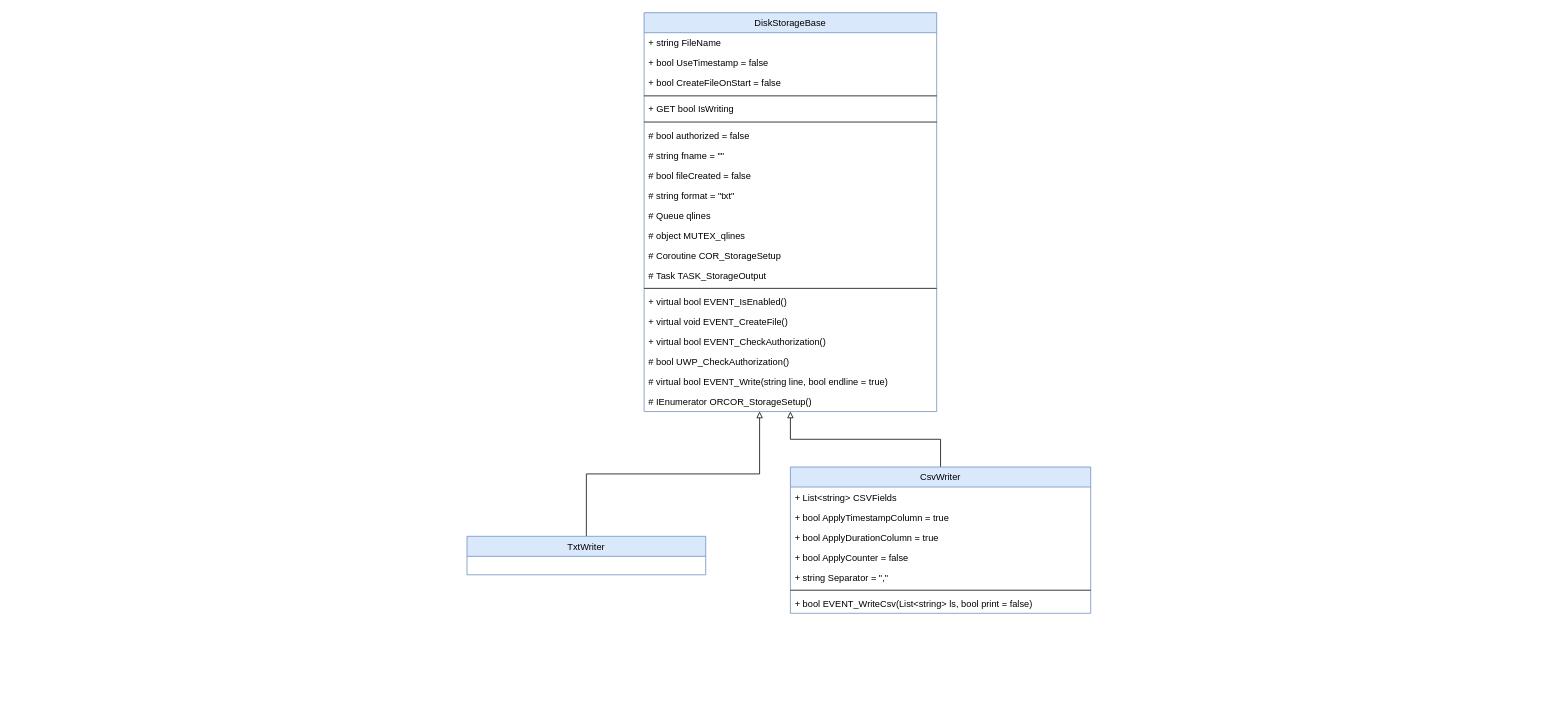
This is Assets/Scripts/_Packages/DiskStorageServices/_docs/diagrams_drawio/DiskStorageServices.drawio from programmatoroSeduto/SaR4HoloLens2, a draw.io file, before an edit. Source tidied: cells renumbered, new cells numbered last; positions are measured from the earlier drawing's top-left corner, leaving out a move shared by most shapes. Both pictures are drawn from the tidied source at 77%, with x=0, y=0 at pixel (467, 12).
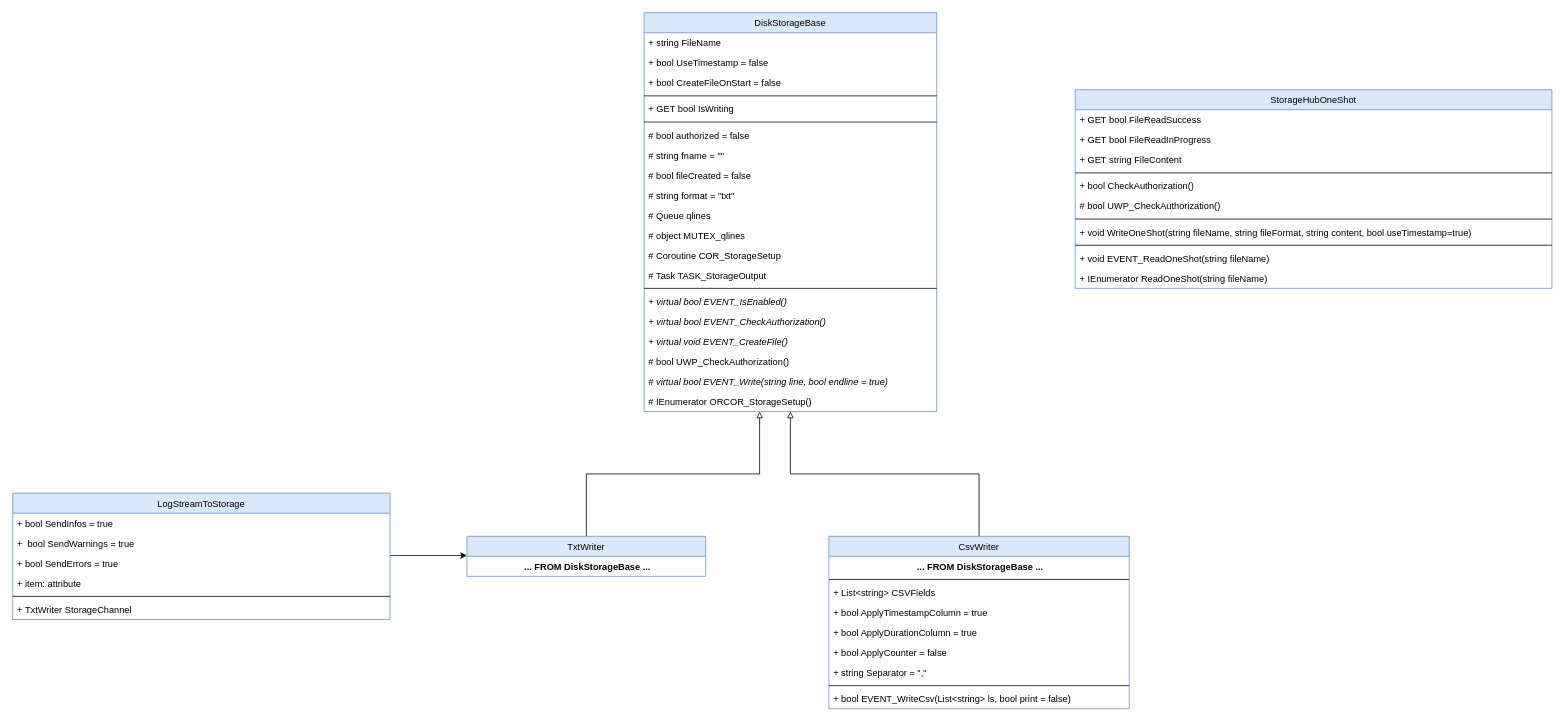
After the change.

The change refers to these unchanged cells:
```xml
<mxCell id="2" value="DiskStorageBase" style="swimlane;fontStyle=0;horizontal=1;startSize=26;fillColor=#dae8fc;strokeColor=#6c8ebf;" parent="1" vertex="1">
  <mxGeometry x="230" width="380" height="518" as="geometry" />
</mxCell>
```

What changed in the source:
```diff
@@
-    <mxCell id="18" value="+ virtual bool EVENT_IsEnabled()" style="text;strokeColor=none;fillColor=none;align=left;verticalAlign=top;spacingLeft=4;spacingRight=4;overflow=hidden;" parent="2" vertex="1">
+    <mxCell id="18" value="+ virtual bool EVENT_IsEnabled()" style="text;strokeColor=none;fillColor=none;align=left;verticalAlign=top;spacingLeft=4;spacingRight=4;overflow=hidden;fontStyle=2;" parent="2" vertex="1">
       <mxGeometry y="362" width="380" height="26" as="geometry" />
     </mxCell>
+    <mxCell id="20" value="+ virtual bool EVENT_CheckAuthorization()" style="text;strokeColor=none;fillColor=none;align=left;verticalAlign=top;spacingLeft=4;spacingRight=4;overflow=hidden;fontStyle=2;" parent="2" vertex="1">
+      <mxGeometry y="388" width="380" height="26" as="geometry" />
+    </mxCell>
-    <mxCell id="19" value="+ virtual void EVENT_CreateFile()" style="text;strokeColor=none;fillColor=none;align=left;verticalAlign=top;spacingLeft=4;spacingRight=4;overflow=hidden;" parent="2" vertex="1">
-      <mxGeometry y="388" width="380" height="26" as="geometry" />
+    <mxCell id="19" value="+ virtual void EVENT_CreateFile()" style="text;strokeColor=none;fillColor=none;align=left;verticalAlign=top;spacingLeft=4;spacingRight=4;overflow=hidden;fontStyle=2;" parent="2" vertex="1">
+      <mxGeometry y="414" width="380" height="26" as="geometry" />
     </mxCell>
-    <mxCell id="20" value="+ virtual bool EVENT_CheckAuthorization()" style="text;strokeColor=none;fillColor=none;align=left;verticalAlign=top;spacingLeft=4;spacingRight=4;overflow=hidden;" parent="2" vertex="1">
-      <mxGeometry y="414" width="380" height="26" as="geometry" />
-    </mxCell>
@@
-    <mxCell id="22" value="# virtual bool EVENT_Write(string line, bool endline = true)" style="text;strokeColor=none;fillColor=none;align=left;verticalAlign=top;spacingLeft=4;spacingRight=4;overflow=hidden;" parent="2" vertex="1">
+    <mxCell id="22" value="# virtual bool EVENT_Write(string line, bool endline = true)" style="text;strokeColor=none;fillColor=none;align=left;verticalAlign=top;spacingLeft=4;spacingRight=4;overflow=hidden;fontStyle=2;" parent="2" vertex="1">
       <mxGeometry y="466" width="380" height="26" as="geometry" />
     </mxCell>
@@
-    <mxCell id="24" style="edgeStyle=orthogonalEdgeStyle;rounded=0;jettySize=auto;html=1;strokeColor=default;endArrow=block;endFill=0;" parent="1" edge="1" source="25" target="2">
+    <mxCell id="24" style="edgeStyle=orthogonalEdgeStyle;jettySize=auto;html=1;strokeColor=default;endArrow=block;endFill=0;strokeWidth=1;rounded=0;" parent="1" edge="1" source="25" target="2">
       <mxGeometry relative="1" as="geometry">
         <Array as="points">
           <mxPoint x="155" y="599" />
           <mxPoint x="380" y="599" />
         </Array>
       </mxGeometry>
     </mxCell>
     <mxCell id="25" value="TxtWriter" style="swimlane;fontStyle=0;horizontal=1;startSize=26;fillColor=#dae8fc;strokeColor=#6c8ebf;" parent="1" vertex="1">
-      <mxGeometry y="680" width="310" height="50" as="geometry" />
+      <mxGeometry y="680" width="310" height="52" as="geometry" />
     </mxCell>
+    <mxCell id="35" value=" ... FROM DiskStorageBase ..." style="text;align=center;fontStyle=1;verticalAlign=middle;spacingLeft=3;spacingRight=3;strokeColor=none;" parent="25" vertex="1">
+      <mxGeometry y="26" width="310" height="26" as="geometry" />
+    </mxCell>
@@
     <mxCell id="27" value="CsvWriter" style="swimlane;fontStyle=0;horizontal=1;startSize=26;fillColor=#dae8fc;strokeColor=#6c8ebf;" parent="1" vertex="1">
-      <mxGeometry x="420" y="590" width="390" height="190" as="geometry" />
+      <mxGeometry x="470" y="680" width="390" height="224" as="geometry" />
     </mxCell>
+    <mxCell id="36" value=" ... FROM DiskStorageBase ..." style="text;align=center;fontStyle=1;verticalAlign=middle;spacingLeft=3;spacingRight=3;strokeColor=none;" parent="27" vertex="1">
+      <mxGeometry y="26" width="390" height="26" as="geometry" />
+    </mxCell>
+    <mxCell id="37" style="line;strokeWidth=1;fillColor=none;align=left;verticalAlign=middle;spacingTop=-1;spacingLeft=3;spacingRight=3;labelPosition=right;" parent="27" vertex="1">
+      <mxGeometry y="52" width="390" height="8" as="geometry" />
+    </mxCell>
     <mxCell id="28" value="+ List&lt;string&gt; CSVFields" style="text;strokeColor=none;fillColor=none;align=left;verticalAlign=top;spacingLeft=4;spacingRight=4;overflow=hidden;" parent="27" vertex="1">
-      <mxGeometry y="26" width="390" height="26" as="geometry" />
+      <mxGeometry y="60" width="390" height="26" as="geometry" />
     </mxCell>
     <mxCell id="29" value="+ bool ApplyTimestampColumn = true" style="text;strokeColor=none;fillColor=none;align=left;verticalAlign=top;spacingLeft=4;spacingRight=4;overflow=hidden;" parent="27" vertex="1">
-      <mxGeometry y="52" width="390" height="26" as="geometry" />
+      <mxGeometry y="86" width="390" height="26" as="geometry" />
     </mxCell>
     <mxCell id="30" value="+ bool ApplyDurationColumn = true" style="text;strokeColor=none;fillColor=none;align=left;verticalAlign=top;spacingLeft=4;spacingRight=4;overflow=hidden;" parent="27" vertex="1">
-      <mxGeometry y="78" width="390" height="26" as="geometry" />
+      <mxGeometry y="112" width="390" height="26" as="geometry" />
     </mxCell>
     <mxCell id="31" value="+ bool ApplyCounter = false" style="text;strokeColor=none;fillColor=none;align=left;verticalAlign=top;spacingLeft=4;spacingRight=4;overflow=hidden;" parent="27" vertex="1">
-      <mxGeometry y="104" width="390" height="26" as="geometry" />
+      <mxGeometry y="138" width="390" height="26" as="geometry" />
     </mxCell>
     <mxCell id="32" value="+ string Separator = &quot;,&quot;" style="text;strokeColor=none;fillColor=none;align=left;verticalAlign=top;spacingLeft=4;spacingRight=4;overflow=hidden;" parent="27" vertex="1">
-      <mxGeometry y="130" width="390" height="26" as="geometry" />
+      <mxGeometry y="164" width="390" height="26" as="geometry" />
     </mxCell>
     <mxCell id="33" style="line;strokeWidth=1;fillColor=none;align=left;verticalAlign=middle;spacingTop=-1;spacingLeft=3;spacingRight=3;labelPosition=right;" parent="27" vertex="1">
-      <mxGeometry y="156" width="390" height="8" as="geometry" />
+      <mxGeometry y="190" width="390" height="8" as="geometry" />
     </mxCell>
     <mxCell id="34" value="+ bool EVENT_WriteCsv(List&lt;string&gt; ls, bool print = false)" style="text;strokeColor=none;fillColor=none;align=left;verticalAlign=top;spacingLeft=4;spacingRight=4;overflow=hidden;" parent="27" vertex="1">
-      <mxGeometry y="164" width="390" height="26" as="geometry" />
+      <mxGeometry y="198" width="390" height="26" as="geometry" />
     </mxCell>
+    <mxCell id="38" value="StorageHubOneShot" style="swimlane;fontStyle=0;horizontal=1;startSize=26;fillColor=#dae8fc;strokeColor=#6c8ebf;" parent="1" vertex="1">
+      <mxGeometry x="790" y="100" width="619" height="258" as="geometry" />
+    </mxCell>
+    <mxCell id="39" value="+ GET bool FileReadSuccess" style="text;strokeColor=none;fillColor=none;align=left;verticalAlign=top;spacingLeft=4;spacingRight=4;overflow=hidden;" parent="38" vertex="1">
+      <mxGeometry y="26" width="619" height="26" as="geometry" />
+    </mxCell>
+    <mxCell id="40" value="+ GET bool FileReadInProgress" style="text;strokeColor=none;fillColor=none;align=left;verticalAlign=top;spacingLeft=4;spacingRight=4;overflow=hidden;" parent="38" vertex="1">
+      <mxGeometry y="52" width="619" height="26" as="geometry" />
+    </mxCell>
+    <mxCell id="41" value="+ GET string FileContent" style="text;strokeColor=none;fillColor=none;align=left;verticalAlign=top;spacingLeft=4;spacingRight=4;overflow=hidden;" parent="38" vertex="1">
+      <mxGeometry y="78" width="619" height="26" as="geometry" />
+    </mxCell>
+    <mxCell id="42" style="line;strokeWidth=1;fillColor=none;align=left;verticalAlign=middle;spacingTop=-1;spacingLeft=3;spacingRight=3;labelPosition=right;" parent="38" vertex="1">
+      <mxGeometry y="104" width="619" height="8" as="geometry" />
+    </mxCell>
+    <mxCell id="43" value="+ bool CheckAuthorization()" style="text;strokeColor=none;fillColor=none;align=left;verticalAlign=top;spacingLeft=4;spacingRight=4;overflow=hidden;" parent="38" vertex="1">
+      <mxGeometry y="112" width="619" height="26" as="geometry" />
+    </mxCell>
+    <mxCell id="44" value="# bool UWP_CheckAuthorization()" style="text;strokeColor=none;fillColor=none;align=left;verticalAlign=top;spacingLeft=4;spacingRight=4;overflow=hidden;" parent="38" vertex="1">
+      <mxGeometry y="138" width="619" height="26" as="geometry" />
+    </mxCell>
+    <mxCell id="45" style="line;strokeWidth=1;fillColor=none;align=left;verticalAlign=middle;spacingTop=-1;spacingLeft=3;spacingRight=3;labelPosition=right;" parent="38" vertex="1">
+      <mxGeometry y="164" width="619" height="8" as="geometry" />
+    </mxCell>
+    <mxCell id="46" value="+ void WriteOneShot(string fileName, string fileFormat, string content, bool useTimestamp=true)" style="text;strokeColor=none;fillColor=none;align=left;verticalAlign=top;spacingLeft=4;spacingRight=4;overflow=hidden;" parent="38" vertex="1">
+      <mxGeometry y="172" width="619" height="26" as="geometry" />
+    </mxCell>
+    <mxCell id="47" style="line;strokeWidth=1;fillColor=none;align=left;verticalAlign=middle;spacingTop=-1;spacingLeft=3;spacingRight=3;labelPosition=right;" parent="38" vertex="1">
+      <mxGeometry y="198" width="619" height="8" as="geometry" />
+    </mxCell>
+    <mxCell id="48" value="+ void EVENT_ReadOneShot(string fileName)" style="text;strokeColor=none;fillColor=none;align=left;verticalAlign=top;spacingLeft=4;spacingRight=4;overflow=hidden;" parent="38" vertex="1">
+      <mxGeometry y="206" width="619" height="26" as="geometry" />
+    </mxCell>
+    <mxCell id="49" value="+ IEnumerator ReadOneShot(string fileName)" style="text;strokeColor=none;fillColor=none;align=left;verticalAlign=top;spacingLeft=4;spacingRight=4;overflow=hidden;" parent="38" vertex="1">
+      <mxGeometry y="232" width="619" height="26" as="geometry" />
+    </mxCell>
+    <mxCell id="50" style="edgeStyle=orthogonalEdgeStyle;rounded=0;jettySize=auto;html=1;" parent="1" edge="1" source="51" target="25">
+      <mxGeometry relative="1" as="geometry">
+        <Array as="points">
+          <mxPoint x="-90" y="705" />
+          <mxPoint x="-90" y="705" />
+        </Array>
+      </mxGeometry>
+    </mxCell>
+    <mxCell id="51" value="LogStreamToStorage" style="swimlane;fontStyle=0;horizontal=1;startSize=26;fillColor=#dae8fc;strokeColor=#6c8ebf;" parent="1" vertex="1">
+      <mxGeometry x="-590" y="624" width="490" height="164" as="geometry" />
+    </mxCell>
+    <mxCell id="52" value="+ bool SendInfos = true" style="text;strokeColor=none;fillColor=none;align=left;verticalAlign=top;spacingLeft=4;spacingRight=4;overflow=hidden;" parent="51" vertex="1">
+      <mxGeometry y="26" width="490" height="26" as="geometry" />
+    </mxCell>
+    <mxCell id="53" value="+  bool SendWarnings = true" style="text;strokeColor=none;fillColor=none;align=left;verticalAlign=top;spacingLeft=4;spacingRight=4;overflow=hidden;" parent="51" vertex="1">
+      <mxGeometry y="52" width="490" height="26" as="geometry" />
+    </mxCell>
+    <mxCell id="54" value="+ bool SendErrors = true" style="text;strokeColor=none;fillColor=none;align=left;verticalAlign=top;spacingLeft=4;spacingRight=4;overflow=hidden;" parent="51" vertex="1">
+      <mxGeometry y="78" width="490" height="26" as="geometry" />
+    </mxCell>
+    <mxCell id="55" value="+ item: attribute" style="text;strokeColor=none;fillColor=none;align=left;verticalAlign=top;spacingLeft=4;spacingRight=4;overflow=hidden;" parent="51" vertex="1">
+      <mxGeometry y="104" width="490" height="26" as="geometry" />
+    </mxCell>
+    <mxCell id="56" style="line;strokeWidth=1;fillColor=none;align=left;verticalAlign=middle;spacingTop=-1;spacingLeft=3;spacingRight=3;labelPosition=right;" parent="51" vertex="1">
+      <mxGeometry y="130" width="490" height="8" as="geometry" />
+    </mxCell>
+    <mxCell id="57" value="+ TxtWriter StorageChannel" style="text;strokeColor=none;fillColor=none;align=left;verticalAlign=top;spacingLeft=4;spacingRight=4;overflow=hidden;" parent="51" vertex="1">
+      <mxGeometry y="138" width="490" height="26" as="geometry" />
+    </mxCell>
```
